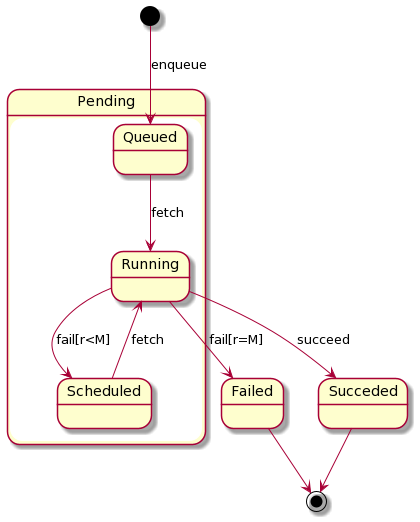
Before: docs/manuals/rsrc/queue-state.png, a diagram exported from PlantUML (orchestracities/ngsi-timeseries-api).
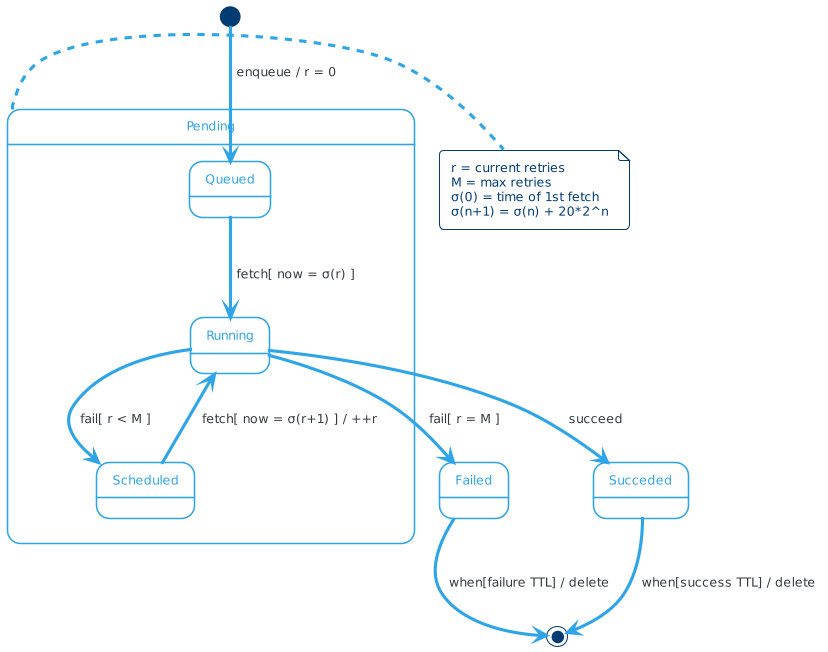
Later version of the same file.

Diff of the diagram source:
```diff
@@ -1,13 +1,21 @@
 @startuml
+!theme cerulean-outline
+
 state Pending {
-  Queued --> Running: fetch
-  Running --> Scheduled: fail[r<M]
-  Scheduled --> Running: fetch
+  Queued --> Running: fetch[ now = σ(r) ]
+  Running --> Scheduled: fail[ r < M ]
+  Scheduled --> Running: fetch[ now = σ(r+1) ] / ++r
+}
+Running --> Failed: fail[ r = M ]
+Running --> Succeded: succeed
+[*] --> Queued: enqueue / r = 0
+Succeded --> [*]: when[success TTL] / delete
+Failed --> [*]: when[failure TTL] / delete
 
-}
-  Running --> Failed: fail[r=M]
-  Running --> Succeded: succeed
-[*] --> Queued: enqueue
-Succeded --> [*]
-Failed --> [*]
+note right of Pending
+  r = current retries
+  M = max retries
+  σ(0) = time of 1st fetch
+  σ(n+1) = σ(n) + 20*2^n
+end note
 @enduml
```
